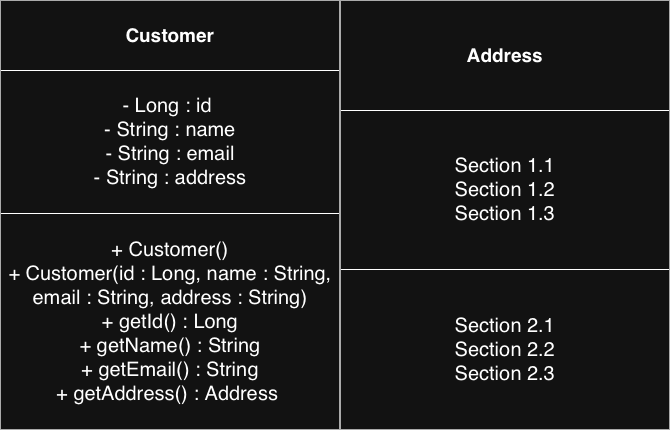
The draw.io diagram docs/uml/CustomerAddress.png in Ebola-47OREO/products-api, before a commit. Source tidied: cells renumbered, new cells last; positions are measured from the earlier drawing's top-left corner, leaving out a move shared by most shapes.
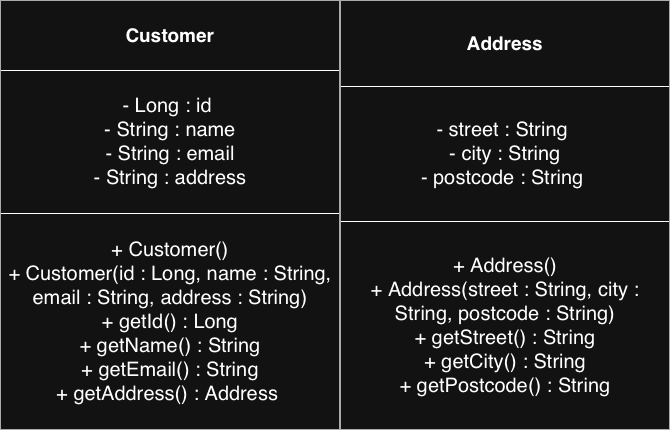
The same file after the commit.

Commit message:
commited the wrong version here is the correct one

What changed in the source:
```diff
@@ -5,7 +5,7 @@
     <mxCell id="2" value="&lt;table border=&quot;1&quot; width=&quot;100%&quot; height=&quot;100%&quot; cellpadding=&quot;4&quot; style=&quot;width:100%;height:100%;border-collapse:collapse;&quot;&gt;&lt;tbody&gt;&lt;tr&gt;&lt;th align=&quot;center&quot;&gt;&lt;font style=&quot;font-size: 19px;&quot;&gt;Customer&lt;/font&gt;&lt;/th&gt;&lt;/tr&gt;&lt;tr&gt;&lt;td align=&quot;center&quot;&gt;&lt;font style=&quot;font-size: 20px;&quot;&gt;- Long : id&amp;nbsp;&lt;br&gt;- String : name&lt;br&gt;- String : email&lt;br&gt;- String : address&lt;/font&gt;&lt;br&gt;&lt;/td&gt;&lt;/tr&gt;&lt;tr&gt;&lt;td align=&quot;center&quot;&gt;&lt;font style=&quot;font-size: 20px;&quot;&gt;+ Customer()&lt;br&gt;+ Customer(id : Long, name : String, email : String, address : String) &lt;br&gt;+ getId() : Long&lt;br&gt;+ getName()&lt;span style=&quot;text-align: left;&quot;&gt;&amp;nbsp;: String&lt;/span&gt;&lt;br&gt;+ getEmail()&lt;span style=&quot;text-align: left;&quot;&gt;&amp;nbsp;: String&lt;/span&gt;&lt;br&gt;+ getAddress() : Address&amp;nbsp;&lt;/font&gt;&lt;/td&gt;&lt;/tr&gt;&lt;/tbody&gt;&lt;/table&gt;" style="text;html=1;whiteSpace=wrap;strokeColor=none;fillColor=none;overflow=fill;" parent="1" vertex="1">
       <mxGeometry width="340" height="430" as="geometry" />
     </mxCell>
-    <mxCell id="3" value="&lt;table border=&quot;1&quot; width=&quot;100%&quot; height=&quot;100%&quot; cellpadding=&quot;4&quot; style=&quot;width:100%;height:100%;border-collapse:collapse;&quot;&gt;&lt;tbody&gt;&lt;tr&gt;&lt;th align=&quot;center&quot;&gt;&lt;b&gt;&lt;font style=&quot;font-size: 19px;&quot;&gt;Address&lt;/font&gt;&lt;/b&gt;&lt;/th&gt;&lt;/tr&gt;&lt;tr&gt;&lt;td align=&quot;center&quot;&gt;&lt;font style=&quot;font-size: 20px;&quot;&gt;Section 1.1&lt;br&gt;Section 1.2&lt;br&gt;Section 1.3&lt;/font&gt;&lt;/td&gt;&lt;/tr&gt;&lt;tr&gt;&lt;td align=&quot;center&quot;&gt;&lt;font style=&quot;font-size: 20px;&quot;&gt;Section 2.1&lt;br&gt;Section 2.2&lt;br&gt;Section 2.3&lt;/font&gt;&lt;/td&gt;&lt;/tr&gt;&lt;/tbody&gt;&lt;/table&gt;" style="text;html=1;whiteSpace=wrap;strokeColor=none;fillColor=none;overflow=fill;" parent="1" vertex="1">
+    <mxCell id="3" value="&lt;table border=&quot;1&quot; width=&quot;100%&quot; height=&quot;100%&quot; cellpadding=&quot;4&quot; style=&quot;width:100%;height:100%;border-collapse:collapse;&quot;&gt;&lt;tbody&gt;&lt;tr&gt;&lt;th align=&quot;center&quot;&gt;&lt;b&gt;&lt;font style=&quot;font-size: 19px;&quot;&gt;Address&lt;/font&gt;&lt;/b&gt;&lt;/th&gt;&lt;/tr&gt;&lt;tr&gt;&lt;td align=&quot;center&quot;&gt;&lt;span style=&quot;font-size: 20px;&quot;&gt;- street : String&amp;nbsp;&lt;br&gt;- city : String&lt;br&gt;- postcode : String&amp;nbsp;&lt;/span&gt;&lt;/td&gt;&lt;/tr&gt;&lt;tr&gt;&lt;td align=&quot;center&quot;&gt;&lt;font style=&quot;font-size: 20px;&quot;&gt;+ Address()&lt;br&gt;+ Address(street : String, city : String, postcode : String)&lt;br&gt;&amp;nbsp;+ getStreet() : String&amp;nbsp;&lt;br&gt;+ getCity() : String&lt;br&gt;+ getPostcode() : String&lt;/font&gt;&lt;/td&gt;&lt;/tr&gt;&lt;/tbody&gt;&lt;/table&gt;" style="text;html=1;whiteSpace=wrap;strokeColor=none;fillColor=none;overflow=fill;" parent="1" vertex="1">
       <mxGeometry x="340" width="330" height="430" as="geometry" />
     </mxCell>
   </root>
```
